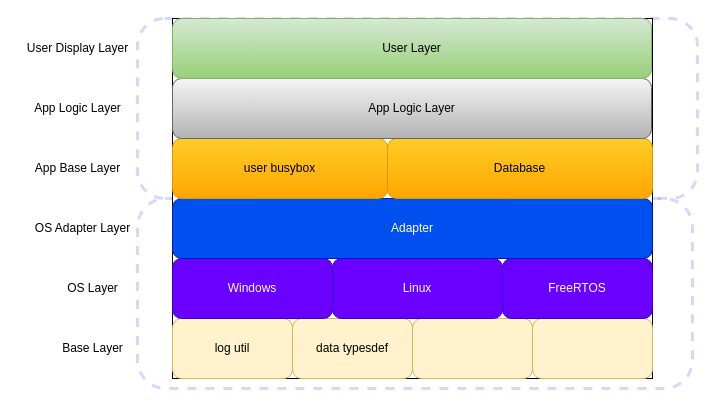
This is lfp_documents/docs/roadmapping/lfp分层架构.drawio from Wytaitaislee/lfp_tech_advance, a draw.io file, before an edit. Source tidied: cells renumbered, new cells numbered last; positions are measured from the earlier drawing's top-left corner, leaving out a move shared by most shapes. Both pictures are drawn from the tidied source at 100%, with x=0, y=0 at pixel (17, 18).
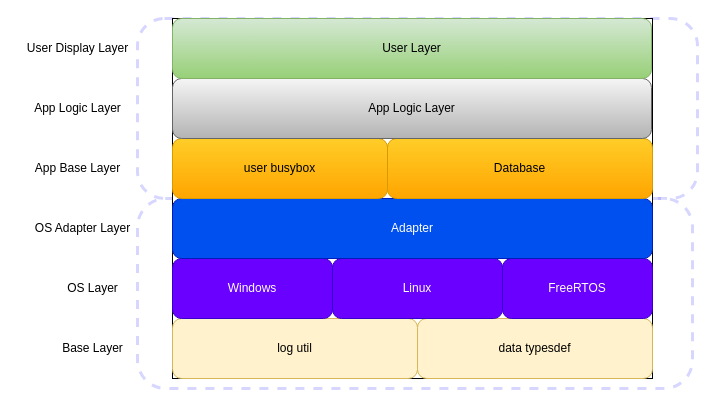
The same diagram, later.

The edit, as a diff of the source:
```diff
@@
     <mxCell id="6" value="log util" style="rounded=1;whiteSpace=wrap;html=1;glass=0;fillColor=#fff2cc;strokeColor=#d6b656;" parent="1" vertex="1">
-      <mxGeometry x="155" y="300" width="120" height="60" as="geometry" />
+      <mxGeometry x="155" y="300" width="245" height="60" as="geometry" />
     </mxCell>
     <mxCell id="7" value="data typesdef" style="rounded=1;whiteSpace=wrap;html=1;glass=0;fillColor=#fff2cc;strokeColor=#d6b656;" parent="1" vertex="1">
-      <mxGeometry x="275" y="300" width="120" height="60" as="geometry" />
+      <mxGeometry x="400" y="300" width="235" height="60" as="geometry" />
     </mxCell>
-    <mxCell id="8" style="rounded=1;whiteSpace=wrap;html=1;glass=0;fillColor=#fff2cc;strokeColor=#d6b656;" parent="1" vertex="1">
-      <mxGeometry x="395" y="300" width="120" height="60" as="geometry" />
-    </mxCell>
-    <mxCell id="9" style="rounded=1;whiteSpace=wrap;html=1;glass=0;fillColor=#fff2cc;strokeColor=#d6b656;" parent="1" vertex="1">
-      <mxGeometry x="515" y="300" width="120" height="60" as="geometry" />
-    </mxCell>
```
